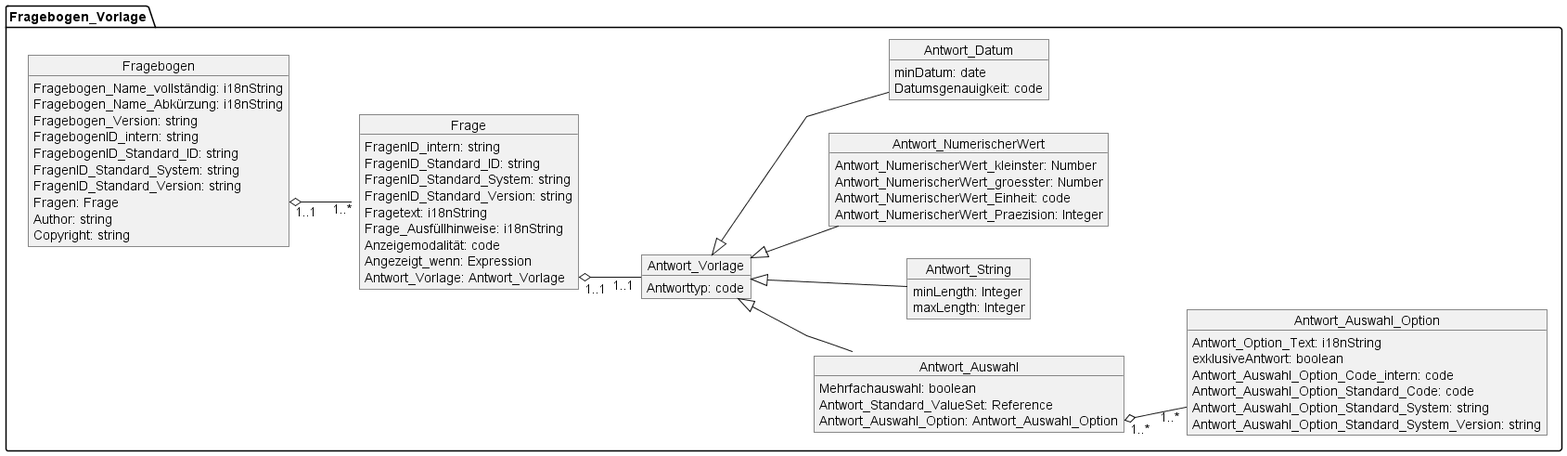
medizininformatik-initiative/kerndatensatzmodul-proms keeps this PlantUML diagram as out/input/Images/Logical_Model_UML_Questionnaire/MII_PROMs_Fragebögen.png. Above is the earlier version. The source it was exported from:
```plantuml
@startuml MII_PROMs_Fragebögen
skinparam linetype ortho
skinparam linetype polyline
left to right direction



package Fragebogen_Vorlage {
    object Fragebogen {
        Fragebogen_Name_vollständig: i18nString
        Fragebogen_Name_Abkürzung: i18nString
        Fragebogen_Version: string
        FragebogenID_intern: string
        FragebogenID_Standard_ID: string
        FragenID_Standard_System: string
        FragenID_Standard_Version: string
        Fragen: Frage
        Author: string

        Copyright: string


    }
    object Frage{

        FragenID_intern: string
        FragenID_Standard_ID: string
        FragenID_Standard_System: string
        FragenID_Standard_Version: string
        Fragetext: i18nString
        Frage_Ausfüllhinweise: i18nString
        Anzeigemodalität: code
        Angezeigt_wenn: Expression
        Antwort_Vorlage: Antwort_Vorlage

    }



    Fragebogen::Frage "1..1" o-down- "1..*" Frage

    object Antwort_Vorlage {
        Antworttyp: code
    }
    Frage::Antwort_Vorlage "1..1"  o-down- "1..1" Antwort_Vorlage

    object Antwort_Auswahl {
        Mehrfachauswahl: boolean
        Antwort_Standard_ValueSet: Reference
        Antwort_Auswahl_Option: Antwort_Auswahl_Option
    }

    object Antwort_String {
        minLength: Integer
        maxLength: Integer
    }
    Antwort_Vorlage <|-down- Antwort_String


    object Antwort_NumerischerWert {
        Antwort_NumerischerWert_kleinster: Number
        Antwort_NumerischerWert_groesster: Number
        Antwort_NumerischerWert_Einheit: code
        Antwort_NumerischerWert_Praezision: Integer

    }
    Antwort_Vorlage <|-down- Antwort_NumerischerWert


    object Antwort_Datum {
        minDatum: date
        Datumsgenauigkeit: code
    }
    Antwort_Vorlage <|-down- Antwort_Datum

    object Antwort_Auswahl_Option {
        Antwort_Option_Text: i18nString
        exklusiveAntwort: boolean
        Antwort_Auswahl_Option_Code_intern: code
        Antwort_Auswahl_Option_Standard_Code: code
        Antwort_Auswahl_Option_Standard_System: string
        Antwort_Auswahl_Option_Standard_System_Version: string

    }

    Antwort_Vorlage  <|-down-  Antwort_Auswahl
    Antwort_Auswahl::Antwort_Auswahl_Option "1..*" o-down- "1..*" Antwort_Auswahl_Option


}

@enduml
```
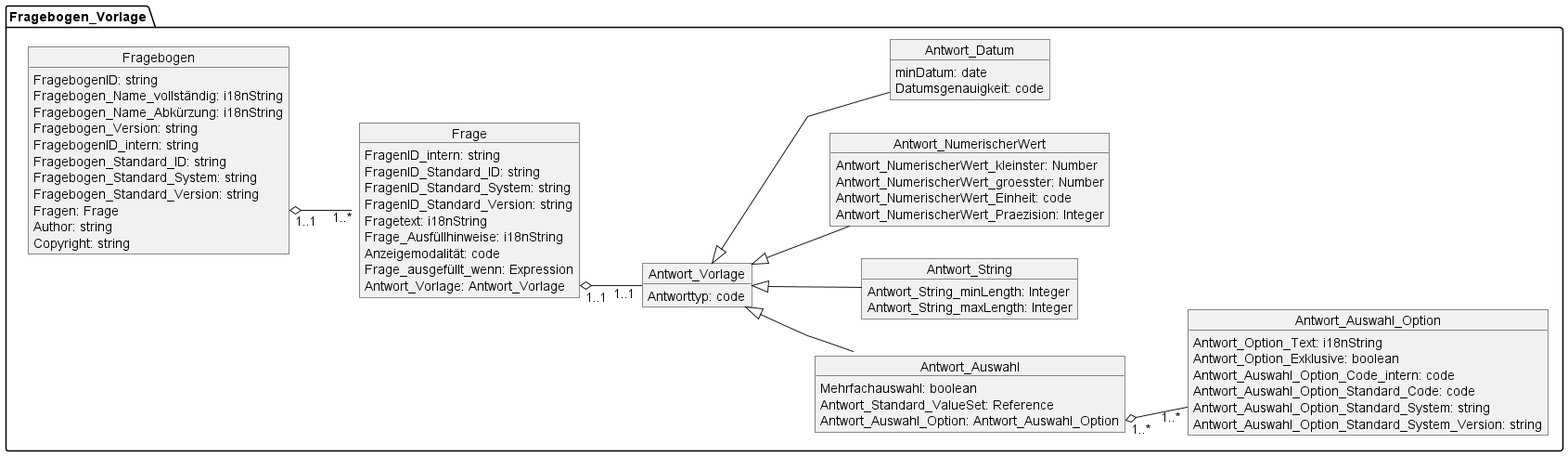
Above is the later version.

What changed in the source:
```diff
@@ -7,13 +7,14 @@
 
 package Fragebogen_Vorlage {
     object Fragebogen {
+        FragebogenID: string
         Fragebogen_Name_vollständig: i18nString
         Fragebogen_Name_Abkürzung: i18nString
         Fragebogen_Version: string
         FragebogenID_intern: string
-        FragebogenID_Standard_ID: string
-        FragenID_Standard_System: string
-        FragenID_Standard_Version: string
+        Fragebogen_Standard_ID: string
+        Fragebogen_Standard_System: string
+        Fragebogen_Standard_Version: string
         Fragen: Frage
         Author: string
 
@@ -30,7 +31,7 @@
         Fragetext: i18nString
         Frage_Ausfüllhinweise: i18nString
         Anzeigemodalität: code
-        Angezeigt_wenn: Expression
+        Frage_ausgefüllt_wenn: Expression
         Antwort_Vorlage: Antwort_Vorlage
 
     }
@@ -51,8 +52,8 @@
     }
 
     object Antwort_String {
-        minLength: Integer
-        maxLength: Integer
+        Antwort_String_minLength: Integer
+        Antwort_String_maxLength: Integer
     }
     Antwort_Vorlage <|-down- Antwort_String
 
@@ -75,7 +76,7 @@
 
     object Antwort_Auswahl_Option {
         Antwort_Option_Text: i18nString
-        exklusiveAntwort: boolean
+        Antwort_Option_Exklusive: boolean
         Antwort_Auswahl_Option_Code_intern: code
         Antwort_Auswahl_Option_Standard_Code: code
         Antwort_Auswahl_Option_Standard_System: string
```
